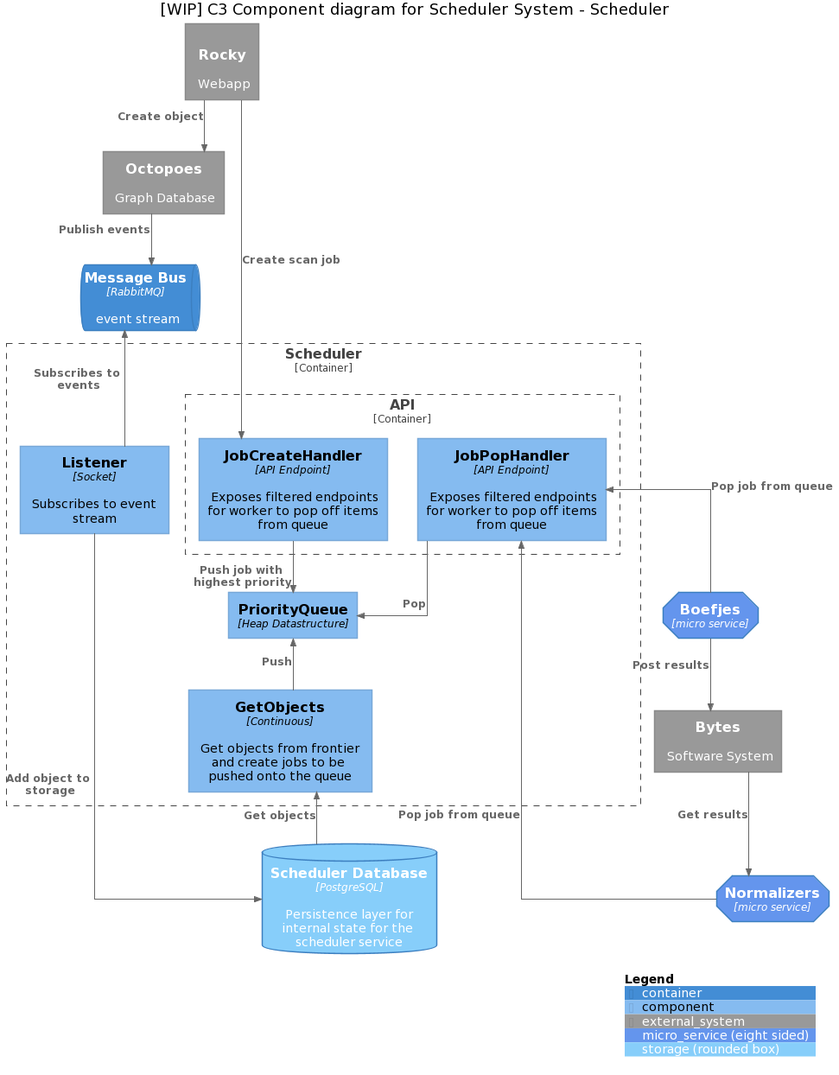
Earlier version of the PlantUML export docs/c3_component_diagram.png (minvws/nl-kat-mula).
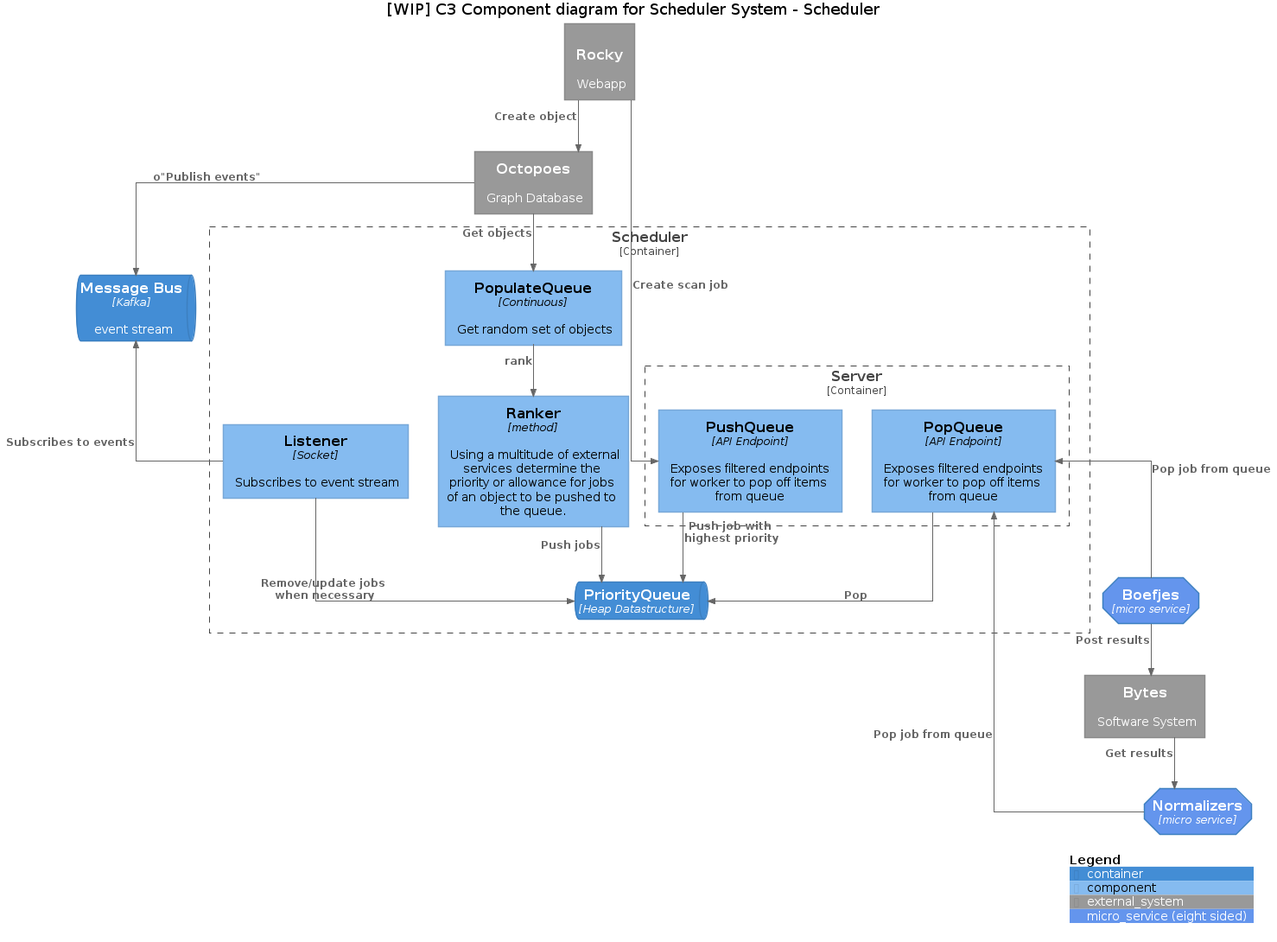
The same diagram one commit later.

Change to the diagram source:
```diff
@@ -8,20 +8,19 @@
 
 Title [WIP] C3 Component diagram for Scheduler System - Scheduler
 
-ContainerQueue(message_bus, "Message Bus", "RabbitMQ", "event stream")
+ContainerQueue(message_bus, "Message Bus", "Kafka", "event stream")
 
 Container_Boundary(scheduler, "Scheduler") {
   Component(listener, "Listener", "Socket", "Subscribes to event stream")
-  Component(pq, "PriorityQueue", "Heap Datastructure", "")
-  Component(get_objects, "GetObjects", "Continuous", "Get objects from frontier and create jobs to be pushed onto the queue")
+  ContainerQueue(pq, "PriorityQueue", "Heap Datastructure", "")
+  Component(populate_queue, "PopulateQueue", "Continuous", "Get random set of objects")
+  Component(ranker, "Ranker", "method", "Using a multitude of external services determine the priority or allowance for jobs of an object to be pushed to the queue.")
 
-  Container_Boundary(api, "API") {
-    Component(api_job_create, "JobCreateHandler", "API Endpoint", "Exposes filtered endpoints for worker to pop off items from queue")
-    Component(api_job_pop, "JobPopHandler", "API Endpoint", "Exposes filtered endpoints for worker to pop off items from queue")
+  Container_Boundary(server, "Server") {
+    Component(api_job_push, "PushQueue", "API Endpoint", "Exposes filtered endpoints for worker to pop off items from queue")
+    Component(api_job_pop, "PopQueue", "API Endpoint", "Exposes filtered endpoints for worker to pop off items from queue")
   }
 }
-
-ContainerDb(scheduler_db, "Scheduler Database", "PostgreSQL", "Persistence layer for internal state for the scheduler service", $tags = "storage")
 
 Container(boefjes, "Boefjes", "micro service", "", $tags = "micro_service")
 Container(normalizers, "Normalizers", "micro service", "", $tags = "micro_service")
@@ -31,19 +30,20 @@
 System_Ext(rocky, "Rocky", "Webapp", "Webapp")
 
 Rel_Down(rocky, octopoes, "Create object")
-Rel_Down(rocky, api_job_create, "Create scan job")
-Rel_Down(octopoes, message_bus, "Publish events")
+Rel_Down(rocky, api_job_push, "Create scan job")
+Rel_Down(octopoes, message_bus, o"Publish events")
 Rel_Up(listener, message_bus, "Subscribes to events")
 
-Rel_Down(listener, scheduler_db, "Add object to storage")
-Rel_Up(scheduler_db, get_objects, "Get objects")
-Rel_Up(get_objects, pq, "Push")
+Rel_Down(listener, pq, "Remove/update jobs when necessary")
+Rel_Down(octopoes, populate_queue, "Get objects")
+Rel_Down(populate_queue, ranker, "rank")
+Rel_Down(ranker, pq, "Push jobs")
+
 Rel_Down(api_job_pop, pq, "Pop")
+Rel_Down(api_job_push, pq, "Push job with highest priority")
 
 Rel_Up(boefjes, api_job_pop, "Pop job from queue")
 Rel_Up(normalizers, api_job_pop ,"Pop job from queue")
-
-Rel_Down(api_job_create, pq, "Push job with highest priority")
 
 Rel(boefjes, bytes, "Post results")
 Rel(bytes, normalizers, "Get results")
```
